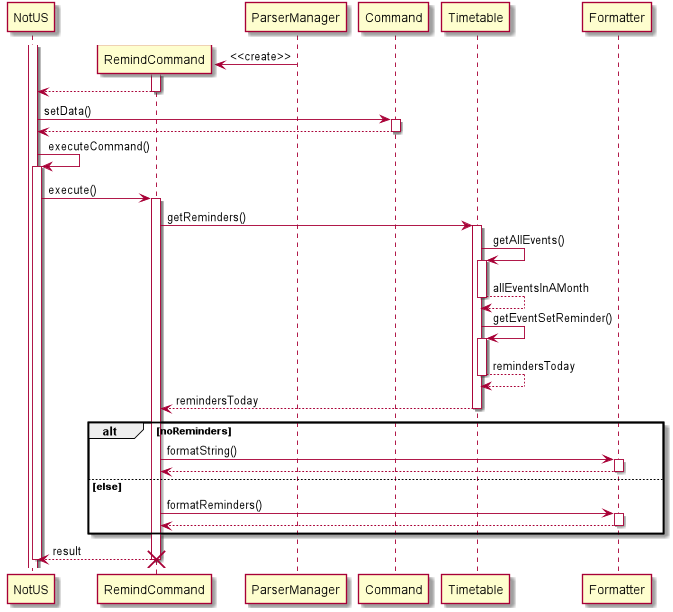
The PlantUML diagram docs/diagrams/out/Remind_Sequence.png in nus-cs2113-AY2021S1/tp, before a commit.
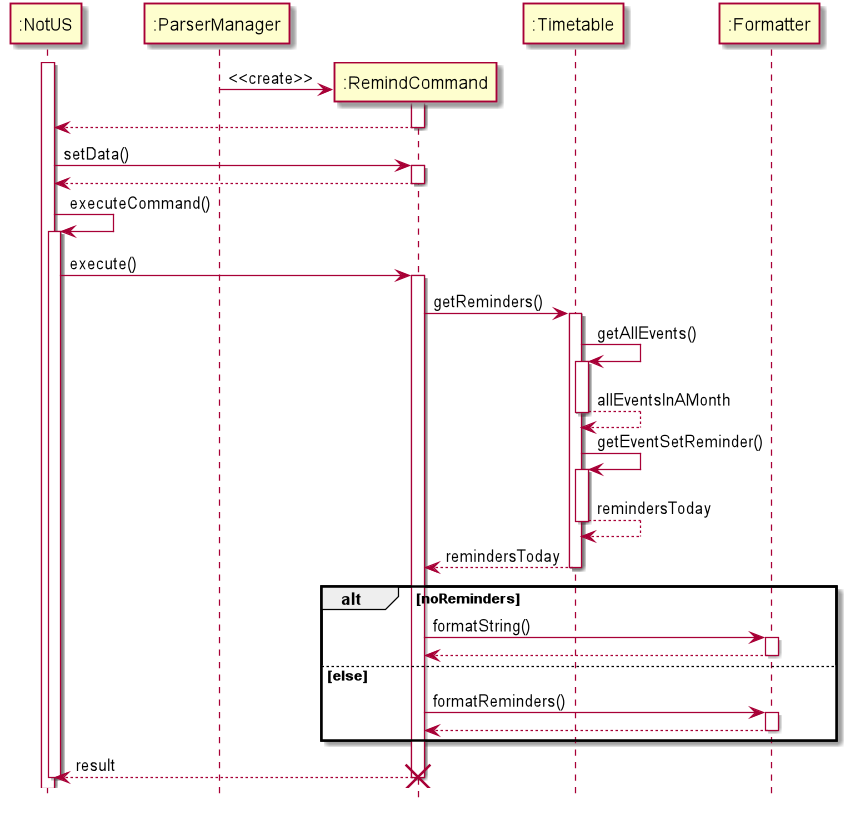
Later version of the same file.

The edit, as a diff of the source:
```diff
@@ -1,4 +1,12 @@
 @startuml
+
+hide footbox
+
+participant ":NotUS" as NotUS
+participant ":ParserManager" as ParserManager
+participant ":RemindCommand" as RemindCommand
+participant ":Timetable" as Timetable
+participant ":Formatter" as Formatter
 
 activate NotUS
 
@@ -10,13 +18,11 @@
 RemindCommand --> NotUS
 deactivate RemindCommand
 
-deactivate ParserManager
+NotUS -> RemindCommand: setData()
 
-NotUS -> Command: setData()
-
-activate Command
-Command --> NotUS
-deactivate Command
+activate RemindCommand
+RemindCommand --> NotUS
+deactivate RemindCommand
 
 NotUS -> NotUS: executeCommand()
 activate NotUS
```
